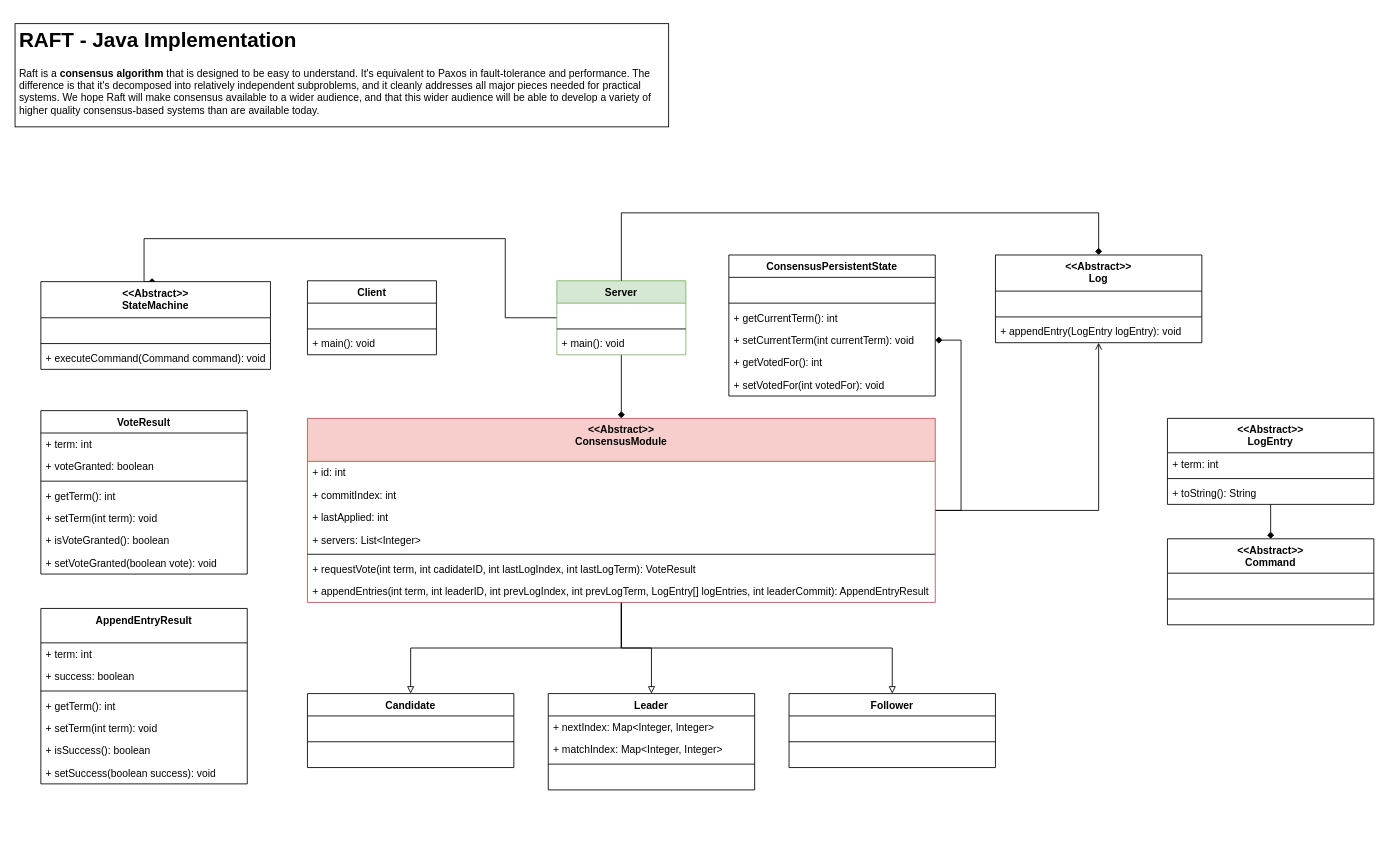
Above: Notes/RAFT - Java.drawio in GiovanniBaccichet/RAFT (draw.io), before the change. Source tidied: cells renumbered, new cells numbered last; positions are measured from the earlier drawing's top-left corner, leaving out a move shared by most shapes. Both pictures are drawn from the tidied source at 86%, with x=0, y=0 at pixel (15, 23).
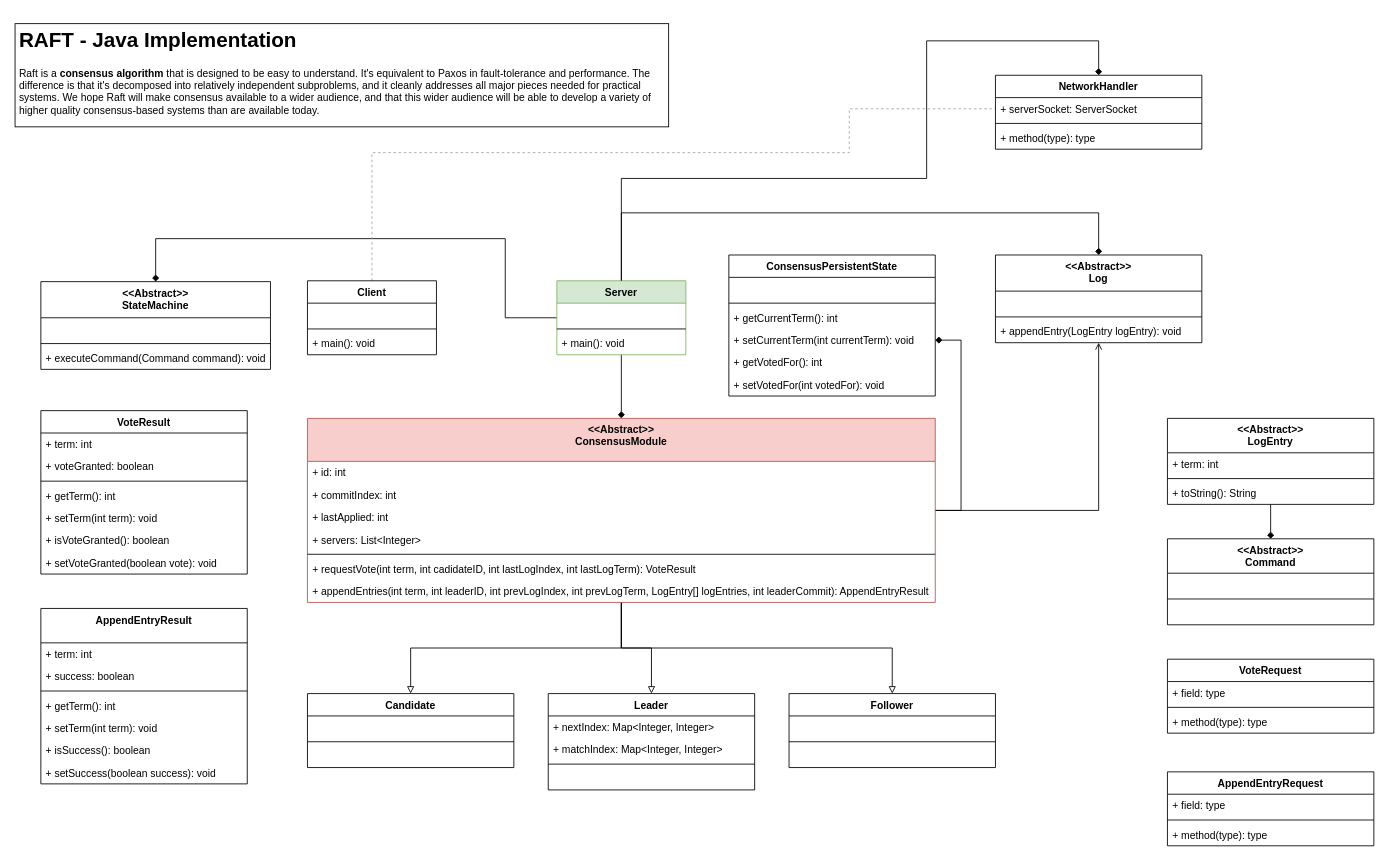
Above is the later version.

The change refers to these unchanged cells:
```xml
<mxCell id="8" value="Server" style="swimlane;fontStyle=1;align=center;verticalAlign=top;horizontal=1;startSize=26;fillColor=#d5e8d4;strokeColor=#82b366;" parent="1" vertex="1">
  <mxGeometry x="630" y="299" width="150" height="86" as="geometry" />
</mxCell>
<mxCell id="22" value="Client" style="swimlane;fontStyle=1;align=center;verticalAlign=top;horizontal=1;startSize=26;labelBackgroundColor=none;fontFamily=Helvetica;fontSize=12;fontColor=#000000;strokeColor=default;" parent="1" vertex="1">
  <mxGeometry x="340" y="299" width="150" height="86" as="geometry" />
</mxCell>
<mxCell id="76" value="&lt;&lt;Abstract&gt;&gt;&#10;StateMachine" style="swimlane;fontStyle=1;align=center;verticalAlign=top;horizontal=1;startSize=42;labelBackgroundColor=none;fontFamily=Helvetica;fontSize=12;fontColor=#000000;strokeColor=default;" parent="1" vertex="1">
  <mxGeometry x="30" y="300" width="267" height="102" as="geometry" />
</mxCell>
```

What changed in the source:
```diff
@@
     <mxCell id="7" style="edgeStyle=orthogonalEdgeStyle;rounded=0;jettySize=auto;html=1;entryX=0.5;entryY=0;entryDx=0;entryDy=0;fontFamily=Helvetica;fontSize=12;fontColor=#000000;startArrow=none;startFill=0;endArrow=diamond;endFill=1;" parent="1" edge="1" source="8" target="76">
       <mxGeometry relative="1" as="geometry">
         <Array as="points">
           <mxPoint x="570" y="342" />
           <mxPoint x="570" y="250" />
-          <mxPoint x="150" y="250" />
+          <mxPoint x="164" y="250" />
         </Array>
       </mxGeometry>
     </mxCell>
+    <mxCell id="80" style="edgeStyle=orthogonalEdgeStyle;rounded=0;jettySize=auto;html=1;entryX=0.5;entryY=0;entryDx=0;entryDy=0;endArrow=diamond;endFill=1;" parent="1" edge="1" source="8" target="82">
+      <mxGeometry relative="1" as="geometry">
+        <Array as="points">
+          <mxPoint x="705" y="180" />
+          <mxPoint x="1060" y="180" />
+          <mxPoint x="1060" y="20" />
+          <mxPoint x="1260" y="20" />
+        </Array>
+      </mxGeometry>
+    </mxCell>
@@
+    <mxCell id="81" style="edgeStyle=orthogonalEdgeStyle;rounded=0;jettySize=auto;html=1;entryX=0;entryY=0.5;entryDx=0;entryDy=0;endArrow=none;endFill=0;dashed=1;strokeColor=#A3A3A3;" parent="1" edge="1" source="22" target="83">
+      <mxGeometry relative="1" as="geometry">
+        <Array as="points">
+          <mxPoint x="415" y="150" />
+          <mxPoint x="970" y="150" />
+          <mxPoint x="970" y="99" />
+        </Array>
+      </mxGeometry>
+    </mxCell>
@@
+    <mxCell id="82" value="NetworkHandler" style="swimlane;fontStyle=1;align=center;verticalAlign=top;horizontal=1;startSize=26;" parent="1" vertex="1">
+      <mxGeometry x="1140" y="60" width="240" height="86" as="geometry" />
+    </mxCell>
+    <mxCell id="83" value="+ serverSocket: ServerSocket" style="text;strokeColor=none;fillColor=none;align=left;verticalAlign=top;spacingLeft=4;spacingRight=4;overflow=hidden;points=[[0,0.5],[1,0.5]];portConstraint=eastwest;" parent="82" vertex="1">
+      <mxGeometry y="26" width="240" height="26" as="geometry" />
+    </mxCell>
+    <mxCell id="84" style="line;strokeWidth=1;fillColor=none;align=left;verticalAlign=middle;spacingTop=-1;spacingLeft=3;spacingRight=3;labelPosition=right;" parent="82" vertex="1">
+      <mxGeometry y="52" width="240" height="8" as="geometry" />
+    </mxCell>
+    <mxCell id="85" value="+ method(type): type" style="text;strokeColor=none;fillColor=none;align=left;verticalAlign=top;spacingLeft=4;spacingRight=4;overflow=hidden;" parent="82" vertex="1">
+      <mxGeometry y="60" width="240" height="26" as="geometry" />
+    </mxCell>
+    <mxCell id="86" value="VoteRequest" style="swimlane;fontStyle=1;align=center;verticalAlign=top;horizontal=1;startSize=26;" parent="1" vertex="1">
+      <mxGeometry x="1340" y="739" width="240" height="86" as="geometry" />
+    </mxCell>
+    <mxCell id="87" value="+ field: type" style="text;strokeColor=none;fillColor=none;align=left;verticalAlign=top;spacingLeft=4;spacingRight=4;overflow=hidden;" parent="86" vertex="1">
+      <mxGeometry y="26" width="240" height="26" as="geometry" />
+    </mxCell>
+    <mxCell id="88" style="line;strokeWidth=1;fillColor=none;align=left;verticalAlign=middle;spacingTop=-1;spacingLeft=3;spacingRight=3;labelPosition=right;" parent="86" vertex="1">
+      <mxGeometry y="52" width="240" height="8" as="geometry" />
+    </mxCell>
+    <mxCell id="89" value="+ method(type): type" style="text;strokeColor=none;fillColor=none;align=left;verticalAlign=top;spacingLeft=4;spacingRight=4;overflow=hidden;" parent="86" vertex="1">
+      <mxGeometry y="60" width="240" height="26" as="geometry" />
+    </mxCell>
+    <mxCell id="90" value="AppendEntryRequest" style="swimlane;fontStyle=1;align=center;verticalAlign=top;horizontal=1;startSize=26;" parent="1" vertex="1">
+      <mxGeometry x="1340" y="870" width="240" height="86" as="geometry" />
+    </mxCell>
+    <mxCell id="91" value="+ field: type" style="text;strokeColor=none;fillColor=none;align=left;verticalAlign=top;spacingLeft=4;spacingRight=4;overflow=hidden;" parent="90" vertex="1">
+      <mxGeometry y="26" width="240" height="26" as="geometry" />
+    </mxCell>
+    <mxCell id="92" style="line;strokeWidth=1;fillColor=none;align=left;verticalAlign=middle;spacingTop=-1;spacingLeft=3;spacingRight=3;labelPosition=right;" parent="90" vertex="1">
+      <mxGeometry y="52" width="240" height="8" as="geometry" />
+    </mxCell>
+    <mxCell id="93" value="+ method(type): type" style="text;strokeColor=none;fillColor=none;align=left;verticalAlign=top;spacingLeft=4;spacingRight=4;overflow=hidden;" parent="90" vertex="1">
+      <mxGeometry y="60" width="240" height="26" as="geometry" />
+    </mxCell>
```
